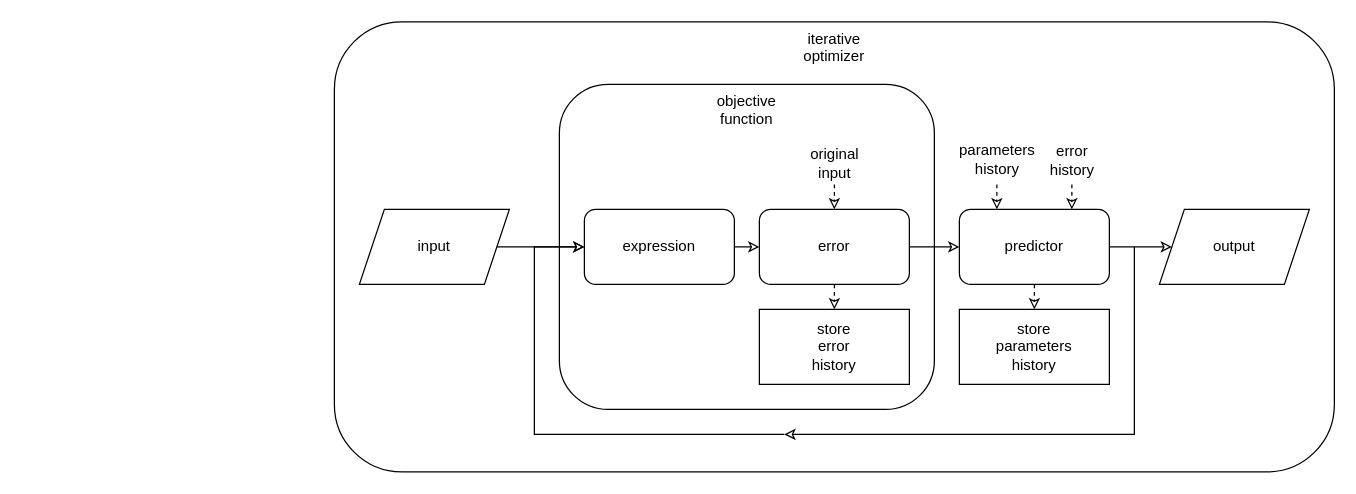
This is documentation/diagrams/iterative optimizer.drawio from deftasparagusanaconda/gapprox, a draw.io file, before an edit. Source tidied: cells renumbered, new cells numbered last; positions are measured from the earlier drawing's top-left corner, leaving out a move shared by most shapes. Both pictures are drawn from the tidied source at 125%, with x=0, y=0 at pixel (334, 21).
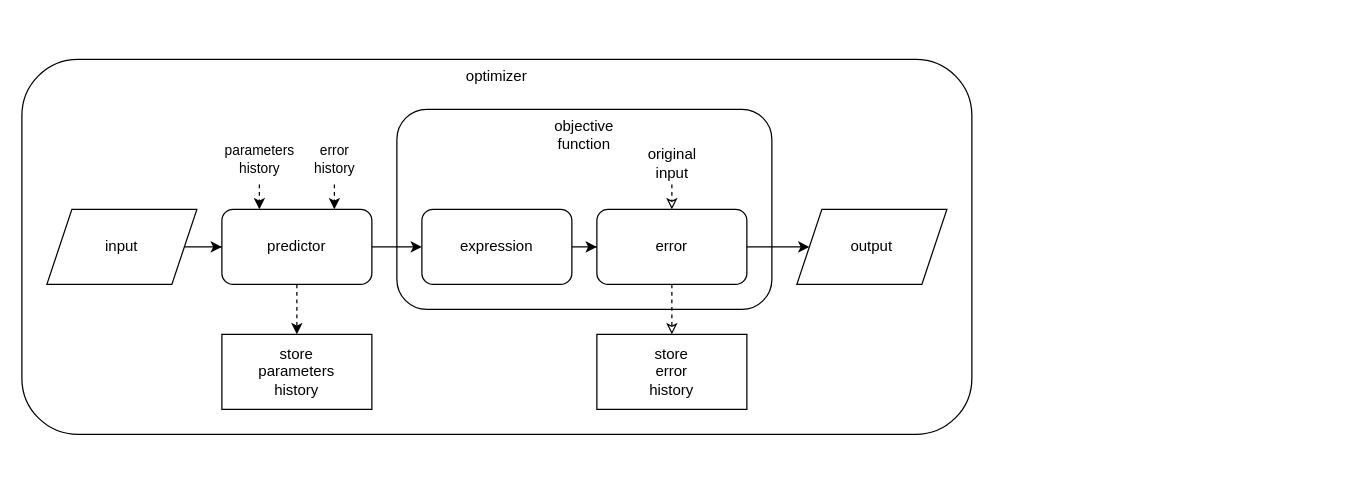
After the change.

Diff of the diagram source:
```diff
@@
-    <mxCell id="2" value="&lt;div&gt;iterative&lt;/div&gt;&lt;div&gt;optimizer&lt;/div&gt;" style="rounded=1;whiteSpace=wrap;html=1;fontFamily=Jetbrains Mono;fillColor=none;verticalAlign=top;align=center;labelPosition=center;verticalLabelPosition=middle;spacing=2;spacingLeft=0;spacingTop=0;fontSize=12;fontColor=light-dark(#000000,#FFFFFF);fillOpacity=0;" parent="1" vertex="1">
-      <mxGeometry width="800" height="360" as="geometry" />
+    <mxCell id="2" value="&lt;div&gt;optimizer&lt;/div&gt;" style="rounded=1;whiteSpace=wrap;html=1;fontFamily=Jetbrains Mono;fillColor=none;verticalAlign=top;align=center;labelPosition=center;verticalLabelPosition=middle;spacing=2;spacingLeft=0;spacingTop=0;fontSize=12;fontColor=light-dark(#000000,#FFFFFF);fillOpacity=0;strokeColor=default;" parent="1" vertex="1">
+      <mxGeometry x="-250" y="30" width="760" height="300" as="geometry" />
     </mxCell>
     <mxCell id="3" value="&lt;div&gt;objective&lt;/div&gt;&lt;div&gt;function&lt;/div&gt;" style="rounded=1;whiteSpace=wrap;html=1;fontFamily=Jetbrains Mono;fillColor=none;verticalAlign=top;fontSize=12;fontColor=light-dark(#000000,#FFFFFF);fillOpacity=0;" parent="1" vertex="1">
-      <mxGeometry x="180" y="50" width="300" height="260" as="geometry" />
+      <mxGeometry x="50" y="70" width="300" height="160" as="geometry" />
     </mxCell>
@@
-    <mxCell id="5" style="edgeStyle=orthogonalEdgeStyle;rounded=1;jettySize=auto;html=1;fontFamily=Jetbrains Mono;dashed=1;fontSize=12;fontColor=light-dark(#000000,#FFFFFF);fillOpacity=0;" parent="1" edge="1" source="7" target="13">
-      <mxGeometry relative="1" as="geometry">
-        <Array as="points">
-          <mxPoint x="560" y="220" />
-          <mxPoint x="560" y="220" />
-        </Array>
-      </mxGeometry>
-    </mxCell>
-    <mxCell id="6" style="edgeStyle=orthogonalEdgeStyle;rounded=0;jettySize=auto;html=1;fontSize=12;fontColor=light-dark(#000000,#FFFFFF);fillOpacity=0;fontFamily=Jetbrains Mono;" parent="1" edge="1" source="7" target="23">
-      <mxGeometry relative="1" as="geometry" />
-    </mxCell>
-    <mxCell id="7" value="&lt;div&gt;predictor&lt;/div&gt;" style="rounded=1;whiteSpace=wrap;html=1;fontFamily=Jetbrains Mono;fontSize=12;fontColor=light-dark(#000000,#FFFFFF);fillOpacity=0;" parent="1" vertex="1">
-      <mxGeometry x="500" y="150" width="120" height="60" as="geometry" />
-    </mxCell>
-    <mxCell id="8" style="edgeStyle=orthogonalEdgeStyle;rounded=1;jettySize=auto;html=1;fontFamily=Jetbrains Mono;entryX=0;entryY=0.5;entryDx=0;entryDy=0;fontSize=12;fontColor=light-dark(#000000,#FFFFFF);fillOpacity=0;" parent="1" edge="1" source="9" target="12">
-      <mxGeometry relative="1" as="geometry">
-        <Array as="points">
-          <mxPoint x="330" y="180" />
-          <mxPoint x="330" y="180" />
-        </Array>
-      </mxGeometry>
+    <mxCell id="8" style="edgeStyle=orthogonalEdgeStyle;rounded=0;jettySize=auto;html=1;" parent="1" edge="1" source="9" target="12">
+      <mxGeometry relative="1" as="geometry" />
     </mxCell>
     <mxCell id="9" value="expression" style="rounded=1;whiteSpace=wrap;html=1;fontFamily=Jetbrains Mono;fontSize=12;fontColor=light-dark(#000000,#FFFFFF);fillOpacity=0;" parent="1" vertex="1">
-      <mxGeometry x="200" y="150" width="120" height="60" as="geometry" />
+      <mxGeometry x="70" y="150" width="120" height="60" as="geometry" />
     </mxCell>
-    <mxCell id="10" style="edgeStyle=orthogonalEdgeStyle;rounded=1;jettySize=auto;html=1;fontFamily=Jetbrains Mono;dashed=1;fontSize=12;fontColor=light-dark(#000000,#FFFFFF);fillOpacity=0;" parent="1" edge="1" source="12" target="14">
-      <mxGeometry relative="1" as="geometry">
-        <Array as="points">
-          <mxPoint x="400" y="220" />
-          <mxPoint x="400" y="220" />
-        </Array>
-      </mxGeometry>
+    <mxCell id="10" style="edgeStyle=orthogonalEdgeStyle;rounded=1;jettySize=auto;html=1;fontFamily=Jetbrains Mono;dashed=1;fontSize=12;fontColor=light-dark(#000000,#FFFFFF);fillOpacity=0;exitX=0.5;exitY=1;exitDx=0;exitDy=0;entryX=0.5;entryY=0;entryDx=0;entryDy=0;" parent="1" edge="1" source="12" target="14">
+      <mxGeometry relative="1" as="geometry" />
     </mxCell>
-    <mxCell id="11" style="edgeStyle=orthogonalEdgeStyle;rounded=0;jettySize=auto;html=1;fontSize=12;fontColor=light-dark(#000000,#FFFFFF);fillOpacity=0;fontFamily=Jetbrains Mono;" parent="1" edge="1" source="12" target="7">
-      <mxGeometry relative="1" as="geometry" />
-    </mxCell>
+    <mxCell id="24" style="edgeStyle=orthogonalEdgeStyle;rounded=0;jettySize=auto;html=1;" parent="1" edge="1" source="12" target="23">
+      <mxGeometry relative="1" as="geometry" />
+    </mxCell>
     <mxCell id="12" value="error" style="rounded=1;whiteSpace=wrap;html=1;fontFamily=Jetbrains Mono;fontSize=12;fontColor=light-dark(#000000,#FFFFFF);fillOpacity=0;" parent="1" vertex="1">
-      <mxGeometry x="340" y="150" width="120" height="60" as="geometry" />
+      <mxGeometry x="210" y="150" width="120" height="60" as="geometry" />
     </mxCell>
     <mxCell id="13" value="&lt;div&gt;store&lt;/div&gt;&lt;div&gt;parameters&lt;/div&gt;&lt;div&gt;history&lt;/div&gt;" style="rounded=0;whiteSpace=wrap;html=1;fontFamily=Jetbrains Mono;fontSize=12;fontColor=light-dark(#000000,#FFFFFF);fillOpacity=0;" parent="1" vertex="1">
-      <mxGeometry x="500" y="230" width="120" height="60" as="geometry" />
+      <mxGeometry x="-90" y="250" width="120" height="60" as="geometry" />
     </mxCell>
     <mxCell id="14" value="&lt;div&gt;store&lt;/div&gt;&lt;div&gt;error&lt;/div&gt;&lt;div&gt;history&lt;/div&gt;" style="rounded=0;whiteSpace=wrap;html=1;fontFamily=Jetbrains Mono;fontSize=12;fontColor=light-dark(#000000,#FFFFFF);fillOpacity=0;" parent="1" vertex="1">
-      <mxGeometry x="340" y="230" width="120" height="60" as="geometry" />
+      <mxGeometry x="210" y="250" width="120" height="60" as="geometry" />
     </mxCell>
     <mxCell id="15" value="original&lt;br&gt;input" style="endArrow=classic;rounded=1;verticalAlign=bottom;align=center;html=1;fontFamily=Jetbrains Mono;entryX=0.5;entryY=0;entryDx=0;entryDy=0;dashed=1;fontSize=12;fontColor=light-dark(#000000,#FFFFFF);fillOpacity=0;" parent="1" edge="1" target="12">
       <mxGeometry x="-1" relative="1" as="geometry">
-        <mxPoint x="400" y="130" as="sourcePoint" />
+        <mxPoint x="270" y="130" as="sourcePoint" />
       </mxGeometry>
     </mxCell>
-    <mxCell id="16" value="parameters&lt;div&gt;history&lt;/div&gt;" style="endArrow=classic;html=1;rounded=1;entryX=0.25;entryY=0;entryDx=0;entryDy=0;fontFamily=Jetbrains Mono;dashed=1;fontSize=12;fontColor=light-dark(#000000,#FFFFFF);fillOpacity=0;" parent="1" edge="1" target="7">
-      <mxGeometry x="-1" y="-20" relative="1" as="geometry">
-        <mxPoint x="530" y="130" as="sourcePoint" />
-        <mxPoint x="20" y="-20" as="offset" />
-      </mxGeometry>
-    </mxCell>
-    <mxCell id="17" style="endArrow=classic;html=1;rounded=1;entryX=0.75;entryY=0;entryDx=0;entryDy=0;fontFamily=Jetbrains Mono;dashed=1;fontSize=12;fontColor=light-dark(#000000,#FFFFFF);fillOpacity=0;" parent="1" edge="1" target="7">
-      <mxGeometry relative="1" as="geometry">
-        <mxPoint x="590" y="130" as="sourcePoint" />
-      </mxGeometry>
-    </mxCell>
-    <mxCell id="18" value="&lt;div&gt;error&lt;/div&gt;&lt;div&gt;history&lt;/div&gt;" style="edgeLabel;html=1;align=center;verticalAlign=middle;fontFamily=Jetbrains Mono;rounded=1;fontSize=12;fontColor=light-dark(#000000,#FFFFFF);fillOpacity=0;" parent="17" vertex="1">
-      <mxGeometry x="-0.47" y="-1" relative="1" as="geometry">
-        <mxPoint y="-25" as="offset" />
-      </mxGeometry>
-    </mxCell>
-    <mxCell id="19" style="endArrow=classic;html=1;rounded=0;fontSize=12;fontColor=light-dark(#000000,#FFFFFF);fillOpacity=0;fontFamily=Jetbrains Mono;" parent="1" edge="1">
-      <mxGeometry relative="1" as="geometry">
-        <mxPoint x="640" y="180" as="sourcePoint" />
-        <mxPoint x="360" y="330" as="targetPoint" />
-        <Array as="points">
-          <mxPoint x="640" y="330" />
-        </Array>
-      </mxGeometry>
-    </mxCell>
-    <mxCell id="20" style="endArrow=classic;html=1;rounded=0;entryX=0;entryY=0.5;entryDx=0;entryDy=0;fontSize=12;fontColor=light-dark(#000000,#FFFFFF);fillOpacity=0;fontFamily=Jetbrains Mono;" parent="1" edge="1" target="9">
-      <mxGeometry relative="1" as="geometry">
-        <mxPoint x="360" y="330" as="sourcePoint" />
-        <Array as="points">
-          <mxPoint x="160" y="330" />
-          <mxPoint x="160" y="180" />
-        </Array>
-      </mxGeometry>
-    </mxCell>
-    <mxCell id="21" style="edgeStyle=orthogonalEdgeStyle;rounded=0;jettySize=auto;html=1;fontSize=12;fontColor=light-dark(#000000,#FFFFFF);fillOpacity=0;fontFamily=Jetbrains Mono;" parent="1" edge="1" source="22" target="9">
-      <mxGeometry relative="1" as="geometry" />
-    </mxCell>
+    <mxCell id="25" style="edgeStyle=orthogonalEdgeStyle;rounded=0;jettySize=auto;html=1;" parent="1" edge="1" source="22" target="7">
+      <mxGeometry relative="1" as="geometry" />
+    </mxCell>
     <mxCell id="22" value="input" style="shape=parallelogram;perimeter=parallelogramPerimeter;whiteSpace=wrap;html=1;fixedSize=1;fontSize=12;fontColor=light-dark(#000000,#FFFFFF);fillOpacity=0;fontFamily=Jetbrains Mono;" parent="1" vertex="1">
-      <mxGeometry x="20" y="150" width="120" height="60" as="geometry" />
+      <mxGeometry x="-230" y="150" width="120" height="60" as="geometry" />
     </mxCell>
     <mxCell id="23" value="output" style="shape=parallelogram;perimeter=parallelogramPerimeter;whiteSpace=wrap;html=1;fixedSize=1;fontSize=12;fontColor=light-dark(#000000,#FFFFFF);fillOpacity=0;fontFamily=Jetbrains Mono;" parent="1" vertex="1">
-      <mxGeometry x="660" y="150" width="120" height="60" as="geometry" />
+      <mxGeometry x="370" y="150" width="120" height="60" as="geometry" />
     </mxCell>
+    <mxCell id="5" style="edgeStyle=orthogonalEdgeStyle;rounded=0;jettySize=auto;html=1;dashed=1;" parent="1" edge="1" source="7" target="13">
+      <mxGeometry relative="1" as="geometry">
+        <Array as="points">
+          <mxPoint x="-30" y="220" />
+          <mxPoint x="-30" y="220" />
+        </Array>
+      </mxGeometry>
+    </mxCell>
+    <mxCell id="26" style="edgeStyle=orthogonalEdgeStyle;rounded=0;jettySize=auto;html=1;" parent="1" edge="1" source="7" target="9">
+      <mxGeometry relative="1" as="geometry" />
+    </mxCell>
+    <mxCell id="7" value="&lt;div&gt;predictor&lt;/div&gt;" style="rounded=1;whiteSpace=wrap;html=1;fontFamily=Jetbrains Mono;fontSize=12;fontColor=light-dark(#000000,#FFFFFF);fillOpacity=0;" parent="1" vertex="1">
+      <mxGeometry x="-90" y="150" width="120" height="60" as="geometry" />
+    </mxCell>
+    <mxCell id="18" value="&lt;div&gt;error&lt;/div&gt;&lt;div&gt;history&lt;/div&gt;" style="endArrow=classic;html=1;rounded=0;entryX=0.75;entryY=0;entryDx=0;entryDy=0;labelBackgroundColor=none;fontFamily=Jetbrains Mono;dashed=1;" parent="1" edge="1" target="7">
+      <mxGeometry x="-1" y="-20" relative="1" as="geometry">
+        <mxPoint y="130" as="sourcePoint" />
+        <mxPoint x="20" y="-20" as="offset" />
+      </mxGeometry>
+    </mxCell>
+    <mxCell id="16" value="&lt;div&gt;parameters&lt;/div&gt;&lt;div&gt;history&lt;/div&gt;" style="endArrow=classic;html=1;rounded=0;labelBackgroundColor=none;entryX=0.25;entryY=0;entryDx=0;entryDy=0;fontFamily=Jetbrains Mono;dashed=1;" parent="1" edge="1" target="7">
+      <mxGeometry x="-1" y="-20" relative="1" as="geometry">
+        <mxPoint x="-60" y="130" as="sourcePoint" />
+        <mxPoint x="20" y="-20" as="offset" />
+      </mxGeometry>
+    </mxCell>
```
